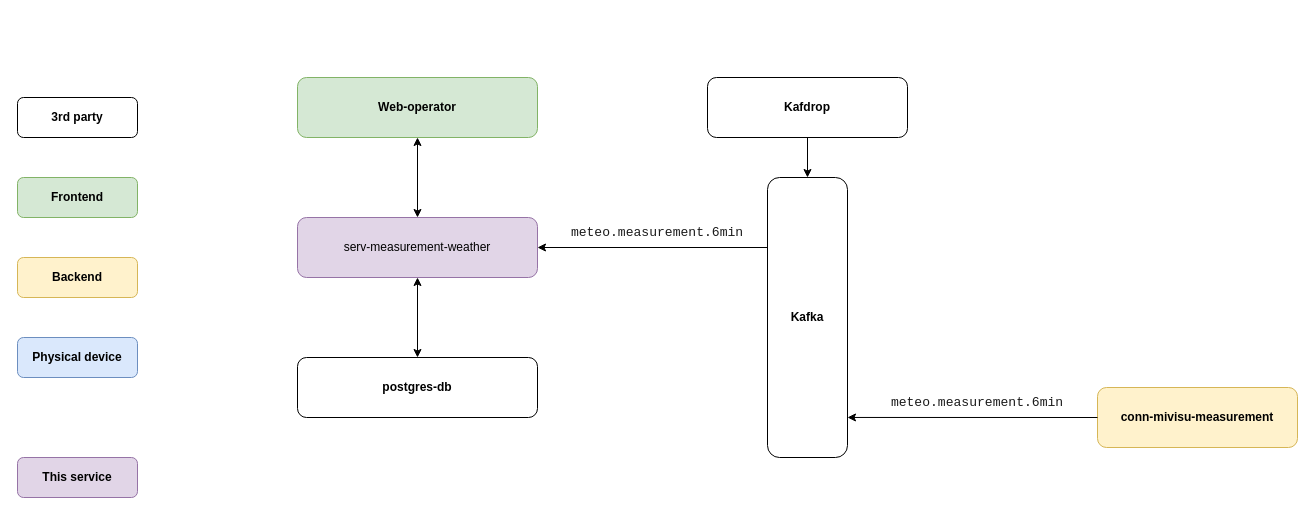
Earlier version of the draw.io diagram Untitled Diagram.drawio (theshysadec98/diagram_weather). Source tidied: cells renumbered, new cells numbered last; positions are measured from the earlier drawing's top-left corner, leaving out a move shared by most shapes. Both pictures are drawn from the tidied source at 100%, with x=0, y=0 at pixel (17, 77).
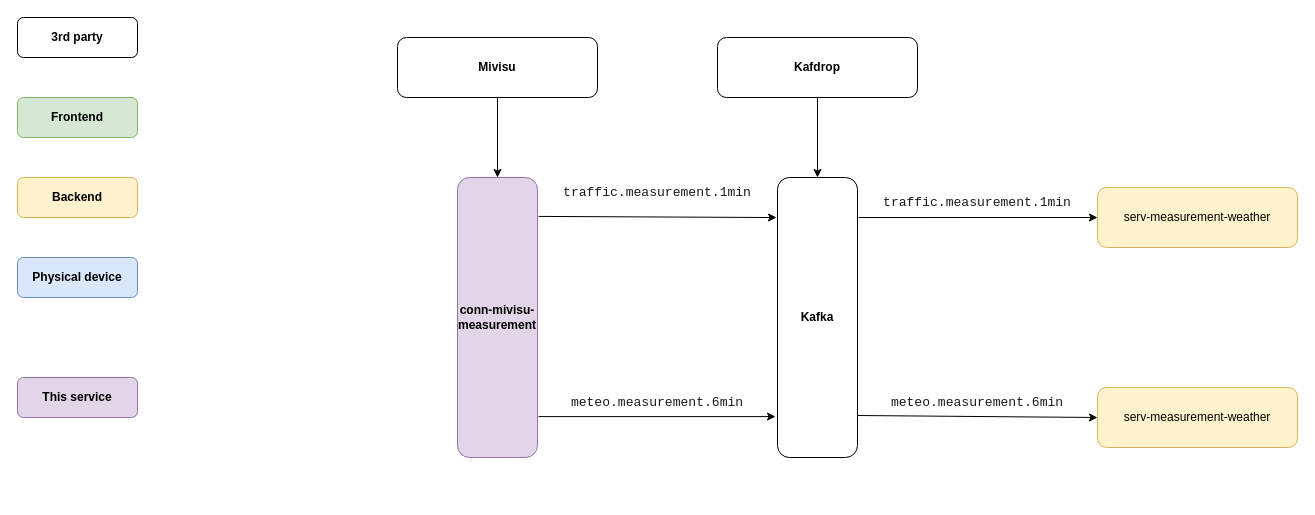
The same diagram, later.

Change to the diagram source:
```diff
@@
     <mxCell id="2" value="&lt;b&gt;Frontend&lt;/b&gt;" style="rounded=1;whiteSpace=wrap;html=1;fillColor=#d5e8d4;strokeColor=#82b366;" parent="1" vertex="1">
-      <mxGeometry y="100" width="120" height="40" as="geometry" />
+      <mxGeometry y="20" width="120" height="40" as="geometry" />
     </mxCell>
     <mxCell id="3" value="&lt;b&gt;Backend&lt;/b&gt;" style="rounded=1;whiteSpace=wrap;html=1;fillColor=#fff2cc;strokeColor=#d6b656;" parent="1" vertex="1">
-      <mxGeometry y="180" width="120" height="40" as="geometry" />
+      <mxGeometry y="100" width="120" height="40" as="geometry" />
     </mxCell>
     <mxCell id="4" value="&lt;b&gt;Physical device&lt;/b&gt;" style="rounded=1;whiteSpace=wrap;html=1;fillColor=#dae8fc;strokeColor=#6c8ebf;" parent="1" vertex="1">
-      <mxGeometry y="260" width="120" height="40" as="geometry" />
+      <mxGeometry y="180" width="120" height="40" as="geometry" />
     </mxCell>
     <mxCell id="5" value="&lt;b&gt;This service&lt;/b&gt;" style="rounded=1;whiteSpace=wrap;html=1;fillColor=#e1d5e7;strokeColor=#9673a6;" parent="1" vertex="1">
-      <mxGeometry y="380" width="120" height="40" as="geometry" />
+      <mxGeometry y="300" width="120" height="40" as="geometry" />
     </mxCell>
     <mxCell id="6" value="&lt;b&gt;Kafdrop&lt;/b&gt;" style="rounded=1;whiteSpace=wrap;html=1;" parent="1" vertex="1">
-      <mxGeometry x="690" width="200" height="60" as="geometry" />
+      <mxGeometry x="700" y="-40" width="200" height="60" as="geometry" />
     </mxCell>
     <mxCell id="7" value="&lt;b&gt;Kafka&lt;/b&gt;" style="rounded=1;whiteSpace=wrap;html=1;" parent="1" vertex="1">
-      <mxGeometry x="750" y="100" width="80" height="280" as="geometry" />
+      <mxGeometry x="760" y="100" width="80" height="280" as="geometry" />
     </mxCell>
@@
-    <mxCell id="9" value="&lt;b&gt;conn-mivisu-measurement&lt;/b&gt;" style="rounded=1;whiteSpace=wrap;html=1;fillColor=#fff2cc;strokeColor=#d6b656;" parent="1" vertex="1">
+    <mxCell id="9" value="serv-measurement-weather" style="rounded=1;whiteSpace=wrap;html=1;fillColor=#fff2cc;strokeColor=#d6b656;" parent="1" vertex="1">
       <mxGeometry x="1080" y="310" width="200" height="60" as="geometry" />
     </mxCell>
@@
     <mxCell id="11" value="&lt;b&gt;3rd party&lt;/b&gt;" style="rounded=1;whiteSpace=wrap;html=1;" parent="1" vertex="1">
-      <mxGeometry y="20" width="120" height="40" as="geometry" />
+      <mxGeometry y="-60" width="120" height="40" as="geometry" />
     </mxCell>
-    <mxCell id="12" value="serv-measurement-weather" style="rounded=1;whiteSpace=wrap;html=1;fillColor=#e1d5e7;strokeColor=#9673a6;" parent="1" vertex="1">
-      <mxGeometry x="280" y="140" width="240" height="60" as="geometry" />
+    <mxCell id="12" value="&lt;b&gt;conn-mivisu-measurement&lt;/b&gt;" style="rounded=1;whiteSpace=wrap;html=1;fillColor=#e1d5e7;strokeColor=#9673a6;" parent="1" vertex="1">
+      <mxGeometry x="440" y="100" width="80" height="280" as="geometry" />
     </mxCell>
-    <mxCell id="13" value="&lt;b&gt;postgres-db&lt;/b&gt;" style="rounded=1;whiteSpace=wrap;html=1;" parent="1" vertex="1">
-      <mxGeometry x="280" y="280" width="240" height="60" as="geometry" />
-    </mxCell>
     <mxCell id="14" value="&lt;pre&gt;&lt;font face=&quot;jetbrains mono, monospace&quot; color=&quot;#1a1a1a&quot;&gt;&lt;span style=&quot;font-size: 13.0667px ; background-color: rgb(255 , 255 , 255)&quot;&gt;meteo.measurement.6min&lt;/span&gt;&lt;/font&gt;&lt;font color=&quot;#bbbbbb&quot; face=&quot;jetbrains mono, monospace&quot; style=&quot;background-color: rgb(40 , 44 , 52)&quot;&gt;&lt;span style=&quot;font-size: 9.8pt&quot;&gt;&lt;br&gt;&lt;/span&gt;&lt;/font&gt;&lt;/pre&gt;" style="text;html=1;strokeColor=none;fillColor=none;align=center;verticalAlign=middle;whiteSpace=wrap;rounded=0;" parent="1" vertex="1">
-      <mxGeometry x="550" y="140" width="180" height="30" as="geometry" />
+      <mxGeometry x="550" y="310" width="180" height="30" as="geometry" />
     </mxCell>
-    <mxCell id="15" value="&lt;b&gt;Web-operator&lt;/b&gt;" style="rounded=1;whiteSpace=wrap;html=1;fillColor=#d5e8d4;strokeColor=#82b366;" parent="1" vertex="1">
-      <mxGeometry x="280" width="240" height="60" as="geometry" />
-    </mxCell>
-    <mxCell id="16" style="endArrow=classic;startArrow=classic;html=1;rounded=0;entryX=0.5;entryY=1;entryDx=0;entryDy=0;exitX=0.5;exitY=0;exitDx=0;exitDy=0;" parent="1" edge="1" source="12" target="15">
-      <mxGeometry relative="1" as="geometry" />
-    </mxCell>
-    <mxCell id="17" style="endArrow=classic;startArrow=classic;html=1;rounded=0;exitX=0.5;exitY=0;exitDx=0;exitDy=0;entryX=0.5;entryY=1;entryDx=0;entryDy=0;" parent="1" edge="1" source="13" target="12">
-      <mxGeometry relative="1" as="geometry" />
-    </mxCell>
-    <mxCell id="18" style="endArrow=classic;html=1;rounded=0;entryX=1;entryY=0.5;entryDx=0;entryDy=0;exitX=0;exitY=0.25;exitDx=0;exitDy=0;" parent="1" edge="1" source="7" target="12">
-      <mxGeometry relative="1" as="geometry" />
-    </mxCell>
-    <mxCell id="19" style="endArrow=classic;html=1;rounded=0;exitX=0;exitY=0.5;exitDx=0;exitDy=0;entryX=1;entryY=0.857;entryDx=0;entryDy=0;entryPerimeter=0;" parent="1" edge="1" source="9" target="7">
-      <mxGeometry relative="1" as="geometry" />
-    </mxCell>
+    <mxCell id="20" value="serv-measurement-weather" style="rounded=1;whiteSpace=wrap;html=1;fillColor=#fff2cc;strokeColor=#d6b656;" parent="1" vertex="1">
+      <mxGeometry x="1080" y="110" width="200" height="60" as="geometry" />
+    </mxCell>
+    <mxCell id="21" style="endArrow=classic;html=1;rounded=0;entryX=0;entryY=0.5;entryDx=0;entryDy=0;exitX=1.013;exitY=0.143;exitDx=0;exitDy=0;exitPerimeter=0;" parent="1" edge="1" source="7" target="20">
+      <mxGeometry relative="1" as="geometry" />
+    </mxCell>
+    <mxCell id="22" style="endArrow=classic;html=1;rounded=0;exitX=1;exitY=0.85;exitDx=0;exitDy=0;exitPerimeter=0;entryX=0;entryY=0.5;entryDx=0;entryDy=0;" parent="1" edge="1" source="7" target="9">
+      <mxGeometry relative="1" as="geometry" />
+    </mxCell>
+    <mxCell id="23" style="endArrow=classic;html=1;rounded=0;exitX=1.013;exitY=0.854;exitDx=0;exitDy=0;exitPerimeter=0;entryX=-0.025;entryY=0.854;entryDx=0;entryDy=0;entryPerimeter=0;" parent="1" edge="1" source="12" target="7">
+      <mxGeometry relative="1" as="geometry" />
+    </mxCell>
+    <mxCell id="24" value="&lt;pre&gt;&lt;font face=&quot;jetbrains mono, monospace&quot; color=&quot;#1a1a1a&quot;&gt;&lt;span style=&quot;font-size: 13.0667px ; background-color: rgb(255 , 255 , 255)&quot;&gt;traffic.measurement.1min&lt;/span&gt;&lt;/font&gt;&lt;font color=&quot;#bbbbbb&quot; face=&quot;jetbrains mono, monospace&quot; style=&quot;background-color: rgb(40 , 44 , 52)&quot;&gt;&lt;span style=&quot;font-size: 9.8pt&quot;&gt;&lt;br&gt;&lt;/span&gt;&lt;/font&gt;&lt;/pre&gt;" style="text;html=1;strokeColor=none;fillColor=none;align=center;verticalAlign=middle;whiteSpace=wrap;rounded=0;" parent="1" vertex="1">
+      <mxGeometry x="550" y="100" width="180" height="30" as="geometry" />
+    </mxCell>
+    <mxCell id="25" value="&lt;pre&gt;&lt;font face=&quot;jetbrains mono, monospace&quot; color=&quot;#1a1a1a&quot;&gt;&lt;span style=&quot;font-size: 13.0667px ; background-color: rgb(255 , 255 , 255)&quot;&gt;traffic.measurement.1min&lt;/span&gt;&lt;/font&gt;&lt;font color=&quot;#bbbbbb&quot; face=&quot;jetbrains mono, monospace&quot; style=&quot;background-color: rgb(40 , 44 , 52)&quot;&gt;&lt;span style=&quot;font-size: 9.8pt&quot;&gt;&lt;br&gt;&lt;/span&gt;&lt;/font&gt;&lt;/pre&gt;" style="text;html=1;strokeColor=none;fillColor=none;align=center;verticalAlign=middle;whiteSpace=wrap;rounded=0;" parent="1" vertex="1">
+      <mxGeometry x="870" y="110" width="180" height="30" as="geometry" />
+    </mxCell>
+    <mxCell id="26" style="endArrow=classic;html=1;rounded=0;exitX=1.013;exitY=0.139;exitDx=0;exitDy=0;exitPerimeter=0;entryX=-0.012;entryY=0.143;entryDx=0;entryDy=0;entryPerimeter=0;" parent="1" edge="1" source="12" target="7">
+      <mxGeometry relative="1" as="geometry" />
+    </mxCell>
+    <mxCell id="27" value="&lt;b&gt;Mivisu&lt;/b&gt;" style="rounded=1;whiteSpace=wrap;html=1;" parent="1" vertex="1">
+      <mxGeometry x="380" y="-40" width="200" height="60" as="geometry" />
+    </mxCell>
+    <mxCell id="28" style="endArrow=classic;html=1;rounded=0;exitX=0.5;exitY=1;exitDx=0;exitDy=0;entryX=0.5;entryY=0;entryDx=0;entryDy=0;" parent="1" edge="1" source="27" target="12">
+      <mxGeometry relative="1" as="geometry" />
+    </mxCell>
```
